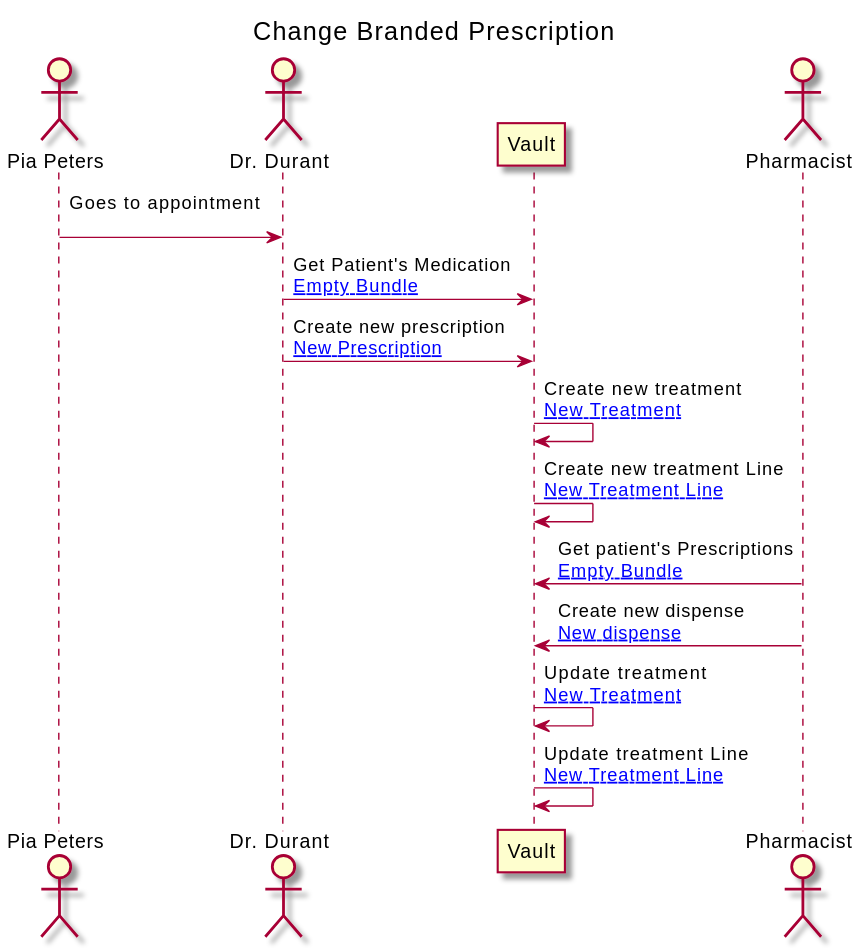
This is branches/master/ExampleScenario-example-1-scenario.svg from costateixeira/hl7-be-fhir-medication, a PlantUML export, as it was before one commit.
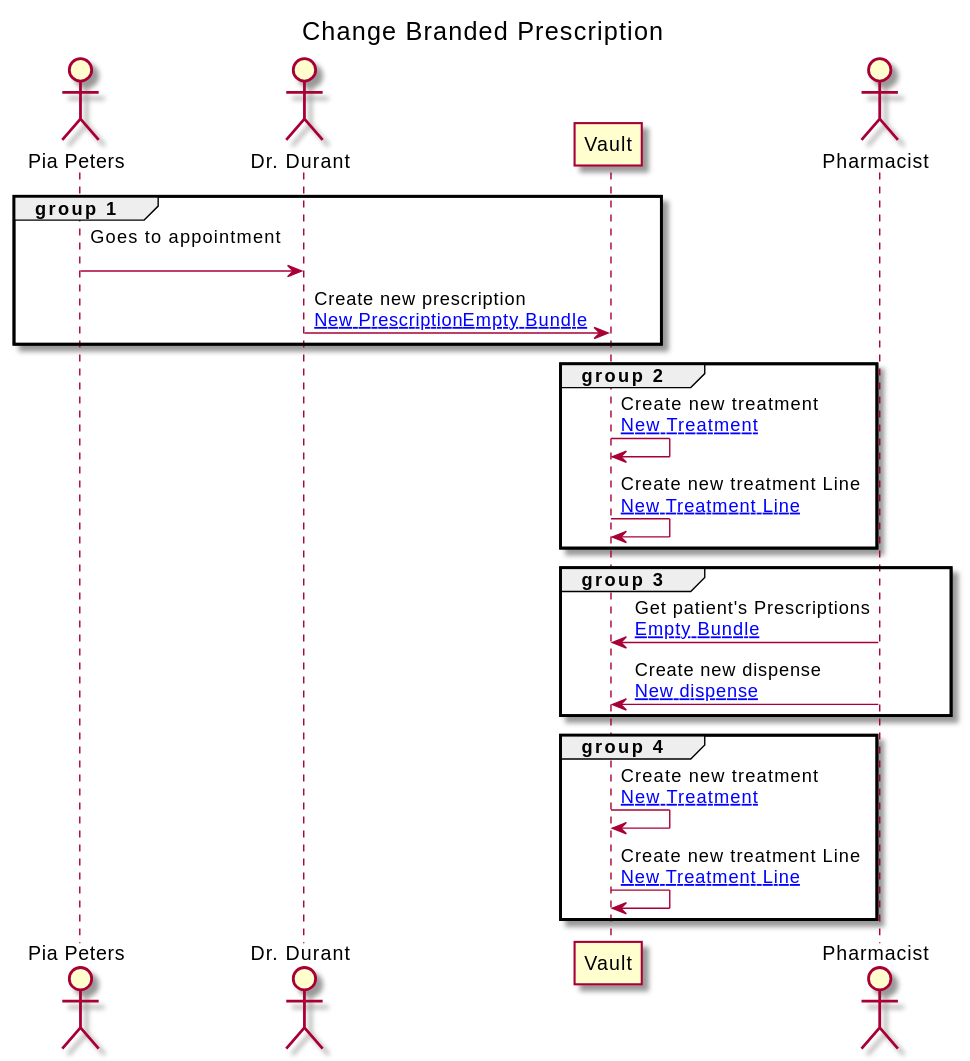
The same diagram one commit later.

Diff of the diagram source:
```diff
@@ -13,23 +13,29 @@
 
 
 
+group group 1
+
 PATIENT -> GP : Goes to appointment\n
+GP -> VAULT : Create new prescription\n[[ExampleScenario-example-1-scenario-resources.html#1-prescription New Prescription]][[ExampleScenario-example-1-scenario-resources.html#EB Empty Bundle]]
+end
 
-GP -> VAULT : Get Patient's Medication\n[[ExampleScenario-example-1-scenario-resources.html#EB Empty Bundle]]
-
-GP -> VAULT : Create new prescription\n[[ExampleScenario-example-1-scenario-resources.html#1-prescription New Prescription]]
+group group 2
 
 VAULT -> VAULT : Create new treatment\n[[ExampleScenario-example-1-scenario-resources.html#1-treatment New Treatment]]
+VAULT -> VAULT : Create new treatment Line\n[[ExampleScenario-example-1-scenario-resources.html#1-treatmentLine New Treatment Line]]
+end
 
-VAULT -> VAULT : Create new treatment Line\n[[ExampleScenario-example-1-scenario-resources.html#1-treatmentLine New Treatment Line]]
+group group 3
 
 PHARM -> VAULT : Get patient's Prescriptions\n[[ExampleScenario-example-1-scenario-resources.html#EB Empty Bundle]]
+PHARM -> VAULT : Create new dispense\n[[ExampleScenario-example-1-scenario-resources.html#1-dispense New dispense]]
+end
 
-PHARM -> VAULT : Create new dispense\n[[ExampleScenario-example-1-scenario-resources.html#1-dispense New dispense]]
+group group 4
 
-VAULT -> VAULT : Update treatment\n[[ExampleScenario-example-1-scenario-resources.html#1-treatment New Treatment]]
-
-VAULT -> VAULT : Update treatment Line\n[[ExampleScenario-example-1-scenario-resources.html#1-treatmentLine New Treatment Line]]
+VAULT -> VAULT : Create new treatment\n[[ExampleScenario-example-1-scenario-resources.html#1-treatment New Treatment]]
+VAULT -> VAULT : Create new treatment Line\n[[ExampleScenario-example-1-scenario-resources.html#1-treatmentLine New Treatment Line]]
+end
 
 
 @enduml
```
